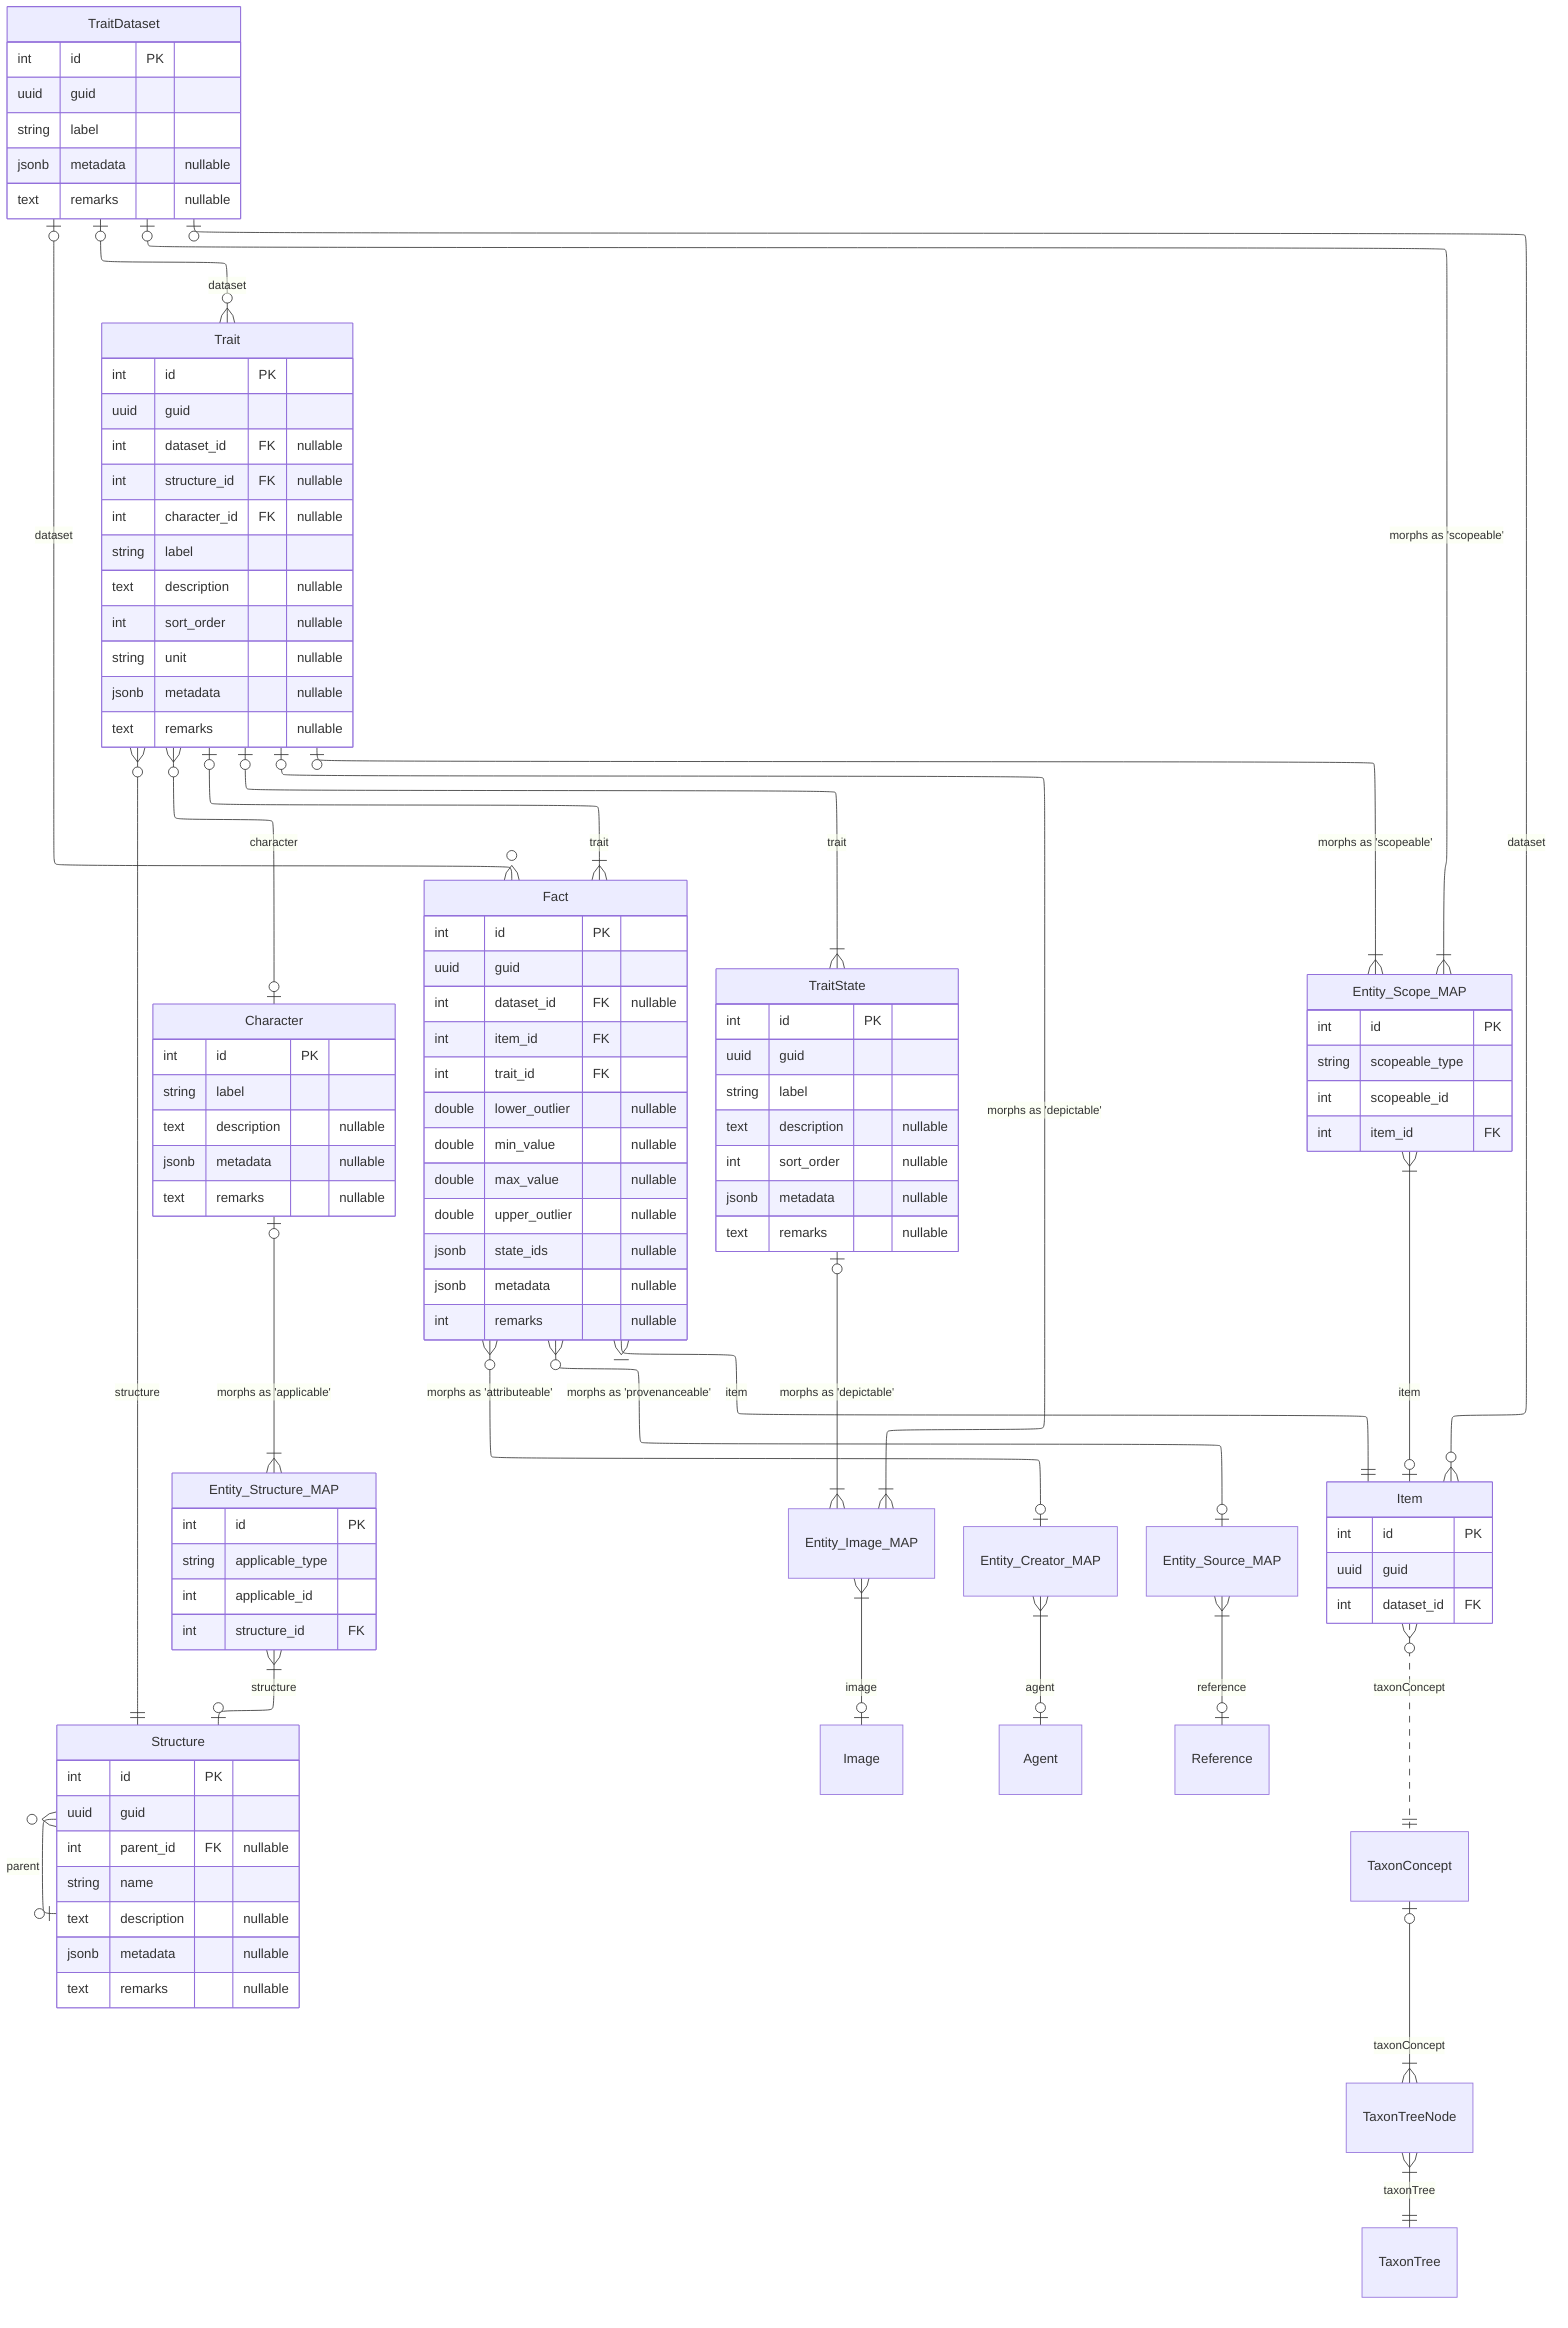
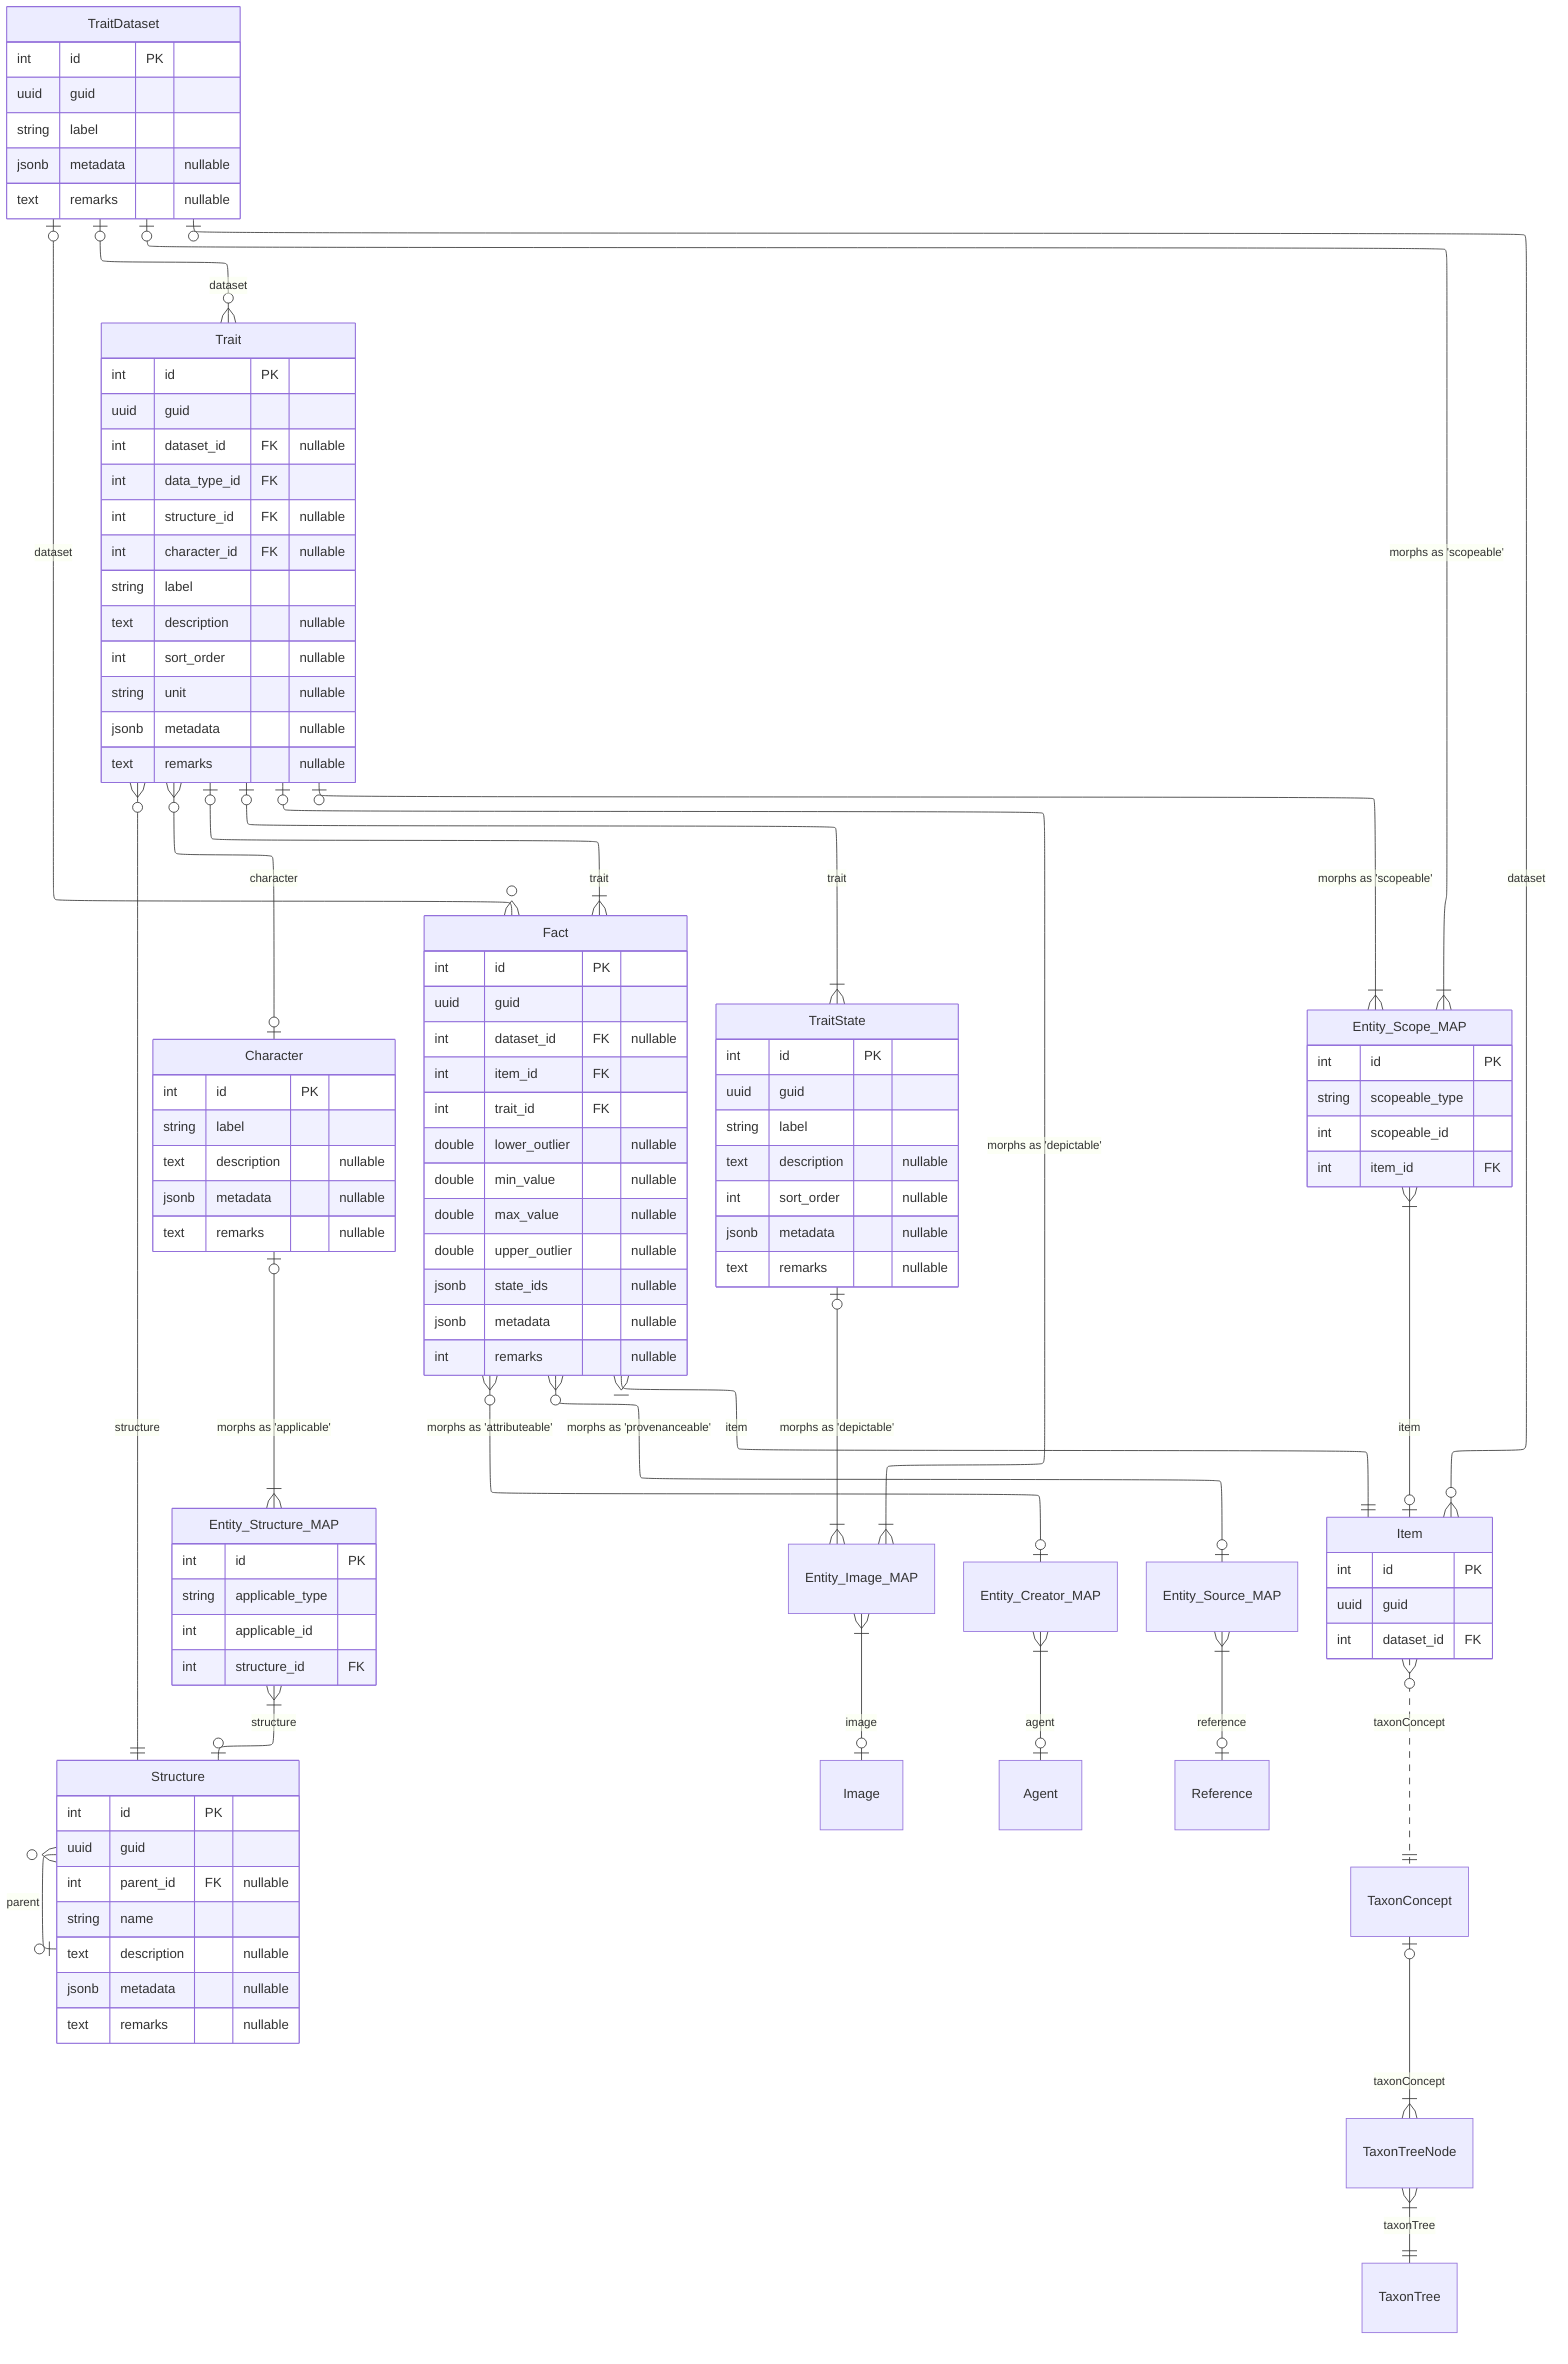
---
config:
  layout: elk
  # elk:
  #   nodePlacementStrategy: NETWORK_SIMPLEX
  #   cycleBreakingStrategy: GREEDY
  #   edgeRouting: ORTHOGONAL
  #   spacing.nodeNode: 100
  #   spacing.edgeNode: 60
  #   direction: RIGHT
---
erDiagram
  TraitDataset |o--o{ Trait : dataset
  Trait }o--o| Character : character
  Character |o--|{ Entity_Structure_MAP : "morphs as 'applicable'"
  Entity_Structure_MAP }|--o| Structure : structure
  Trait }o--|| Structure : structure
  Structure }o--o| Structure : parent

  Trait |o--|{ Fact : trait
  TraitDataset |o--o{ Fact : dataset
  Trait |o--|{ TraitState : trait

  Trait |o--|{ Entity_Image_MAP : "morphs as 'depictable'"
  TraitState |o--|{ Entity_Image_MAP : "morphs as 'depictable'"
  Entity_Image_MAP }|--o| Image : "image"

  Fact }o--o| Entity_Creator_MAP : "morphs as 'attributeable'"
  Entity_Creator_MAP }|--o| Agent : agent

  Fact }o--o| Entity_Source_MAP : "morphs as 'provenanceable'"
  Entity_Source_MAP }|--o| Reference : reference

  TraitDataset |o--o{ Item : dataset
  Fact }|--|| Item : item
  Item }o..|| TaxonConcept : "taxonConcept"
  TaxonConcept |o--|{ TaxonTreeNode : taxonConcept
  TaxonTreeNode }|--|| TaxonTree : taxonTree

  TraitDataset |o--|{ Entity_Scope_MAP : "morphs as 'scopeable'"
  Trait |o--|{ Entity_Scope_MAP : "morphs as 'scopeable'"
  Entity_Scope_MAP }|--o| Item : item

  TraitDataset {
    int id PK
    uuid guid
    string label
    jsonb metadata "nullable"
    text remarks "nullable"
  }

  Trait {
    int id PK
    uuid guid
    int dataset_id FK "nullable"
+     int data_type_id FK
    int structure_id FK "nullable"
    int character_id FK "nullable"
    string label
    text description "nullable"
    int sort_order "nullable"
    string unit "nullable"
    jsonb metadata "nullable"
    text remarks "nullable"
  }

  TraitState {
    int id PK
    uuid guid
    string label
    text description "nullable"
    int sort_order "nullable"
    jsonb metadata "nullable"
    text remarks "nullable"
  }

  Item {
    int id PK
    uuid guid
    int dataset_id FK
  }

  Fact {
    int id PK
    uuid guid
    int dataset_id FK "nullable"
    int item_id FK
    int trait_id FK
    double lower_outlier "nullable"
    double min_value "nullable"
    double max_value "nullable"
    double upper_outlier "nullable"
    jsonb state_ids "nullable"
    jsonb metadata "nullable"
    int remarks "nullable"
  }

  Entity_Structure_MAP {
    int id PK
    string applicable_type
    int applicable_id
    int structure_id FK
  }

  Structure {
    int id PK
    uuid guid
    int parent_id FK "nullable"
    string name
    text description "nullable"
    jsonb metadata "nullable"
    text remarks "nullable"
  }

  Character {
    int id PK
    string label
    text description "nullable"
    jsonb metadata "nullable"
    text remarks "nullable"
  }

  Entity_Scope_MAP {
    int id PK
    string scopeable_type
    int scopeable_id
    int item_id FK
  }